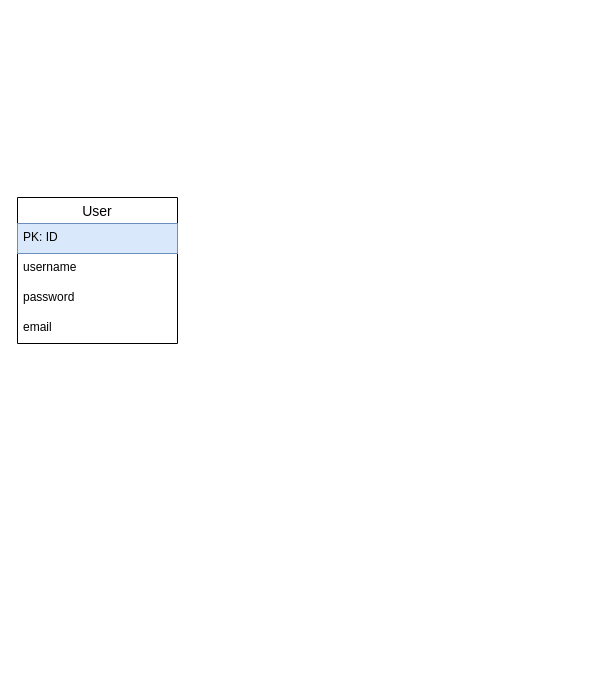
hophiphip/bruh keeps this draw.io diagram as docks/models.drawio. Above is the earlier version. Source tidied: cells renumbered, new cells numbered last; positions are measured from the earlier drawing's top-left corner, leaving out a move shared by most shapes. Both pictures are drawn from the tidied source at 100%, with x=0, y=0 at pixel (17, 197).
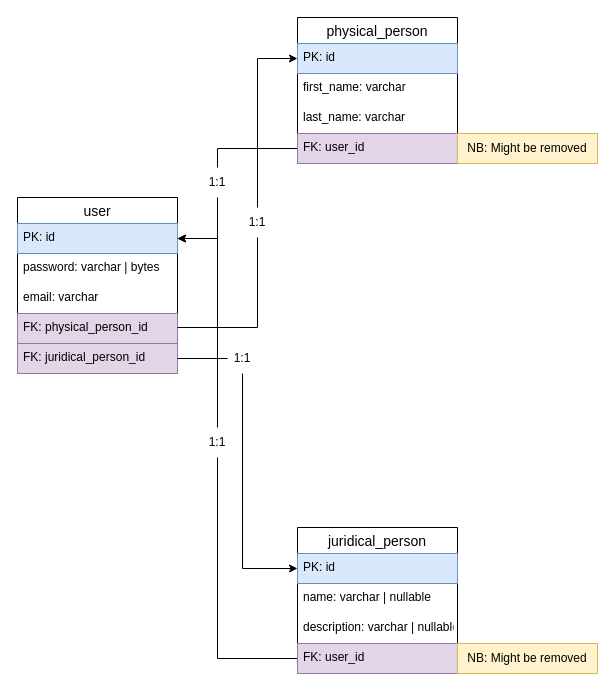
The same page after the edit.

Diff of the diagram source:
```diff
@@
-    <mxCell id="2" value="User" style="swimlane;fontStyle=0;horizontal=1;startSize=26;align=center;fontSize=14;" parent="1" vertex="1">
-      <mxGeometry width="160" height="146" as="geometry" />
+    <mxCell id="2" value="user" style="swimlane;fontStyle=0;horizontal=1;startSize=26;align=center;fontSize=14;" parent="1" vertex="1">
+      <mxGeometry width="160" height="176" as="geometry" />
     </mxCell>
-    <mxCell id="3" value="PK: ID" style="text;strokeColor=#6c8ebf;fillColor=#dae8fc;spacingLeft=4;spacingRight=4;overflow=hidden;points=[[0,0.5],[1,0.5]];portConstraint=eastwest;fontSize=12;" parent="2" vertex="1">
+    <mxCell id="3" value="PK: id" style="text;strokeColor=#6c8ebf;fillColor=#dae8fc;spacingLeft=4;spacingRight=4;overflow=hidden;points=[[0,0.5],[1,0.5]];portConstraint=eastwest;fontSize=12;" parent="2" vertex="1">
       <mxGeometry y="26" width="160" height="30" as="geometry" />
     </mxCell>
-    <mxCell id="4" value="username" style="text;strokeColor=none;fillColor=none;spacingLeft=4;spacingRight=4;overflow=hidden;fontSize=12;" parent="2" vertex="1">
-      <mxGeometry y="56" width="160" height="30" as="geometry" />
-    </mxCell>
-    <mxCell id="5" value="password" style="text;strokeColor=none;fillColor=none;spacingLeft=4;spacingRight=4;overflow=hidden;fontSize=12;" parent="2" vertex="1">
-      <mxGeometry y="86" width="160" height="30" as="geometry" />
+    <mxCell id="5" value="password: varchar | bytes" style="text;strokeColor=none;fillColor=none;spacingLeft=4;spacingRight=4;overflow=hidden;fontSize=12;" parent="2" vertex="1">
+      <mxGeometry y="56" width="160" height="30" as="geometry" />
     </mxCell>
-    <mxCell id="6" value="email" style="text;strokeColor=none;fillColor=none;spacingLeft=4;spacingRight=4;overflow=hidden;fontSize=12;" parent="2" vertex="1">
-      <mxGeometry y="116" width="160" height="30" as="geometry" />
+    <mxCell id="6" value="email: varchar" style="text;strokeColor=none;fillColor=none;spacingLeft=4;spacingRight=4;overflow=hidden;fontSize=12;" parent="2" vertex="1">
+      <mxGeometry y="86" width="160" height="30" as="geometry" />
     </mxCell>
+    <mxCell id="7" value="FK: physical_person_id" style="text;strokeColor=#9673a6;fillColor=#e1d5e7;spacingLeft=4;spacingRight=4;overflow=hidden;fontSize=12;" parent="2" vertex="1">
+      <mxGeometry y="116" width="160" height="30" as="geometry" />
+    </mxCell>
+    <mxCell id="8" value="FK: juridical_person_id" style="text;strokeColor=#9673a6;fillColor=#e1d5e7;spacingLeft=4;spacingRight=4;overflow=hidden;points=[[0,0.5],[1,0.5]];portConstraint=eastwest;fontSize=12;" parent="2" vertex="1">
+      <mxGeometry y="146" width="160" height="30" as="geometry" />
+    </mxCell>
+    <mxCell id="9" style="endArrow=classic;html=1;rounded=0;entryX=0;entryY=0.5;entryDx=0;entryDy=0;startArrow=none;" parent="1" edge="1" source="10" target="30">
+      <mxGeometry relative="1" as="geometry">
+        <Array as="points">
+          <mxPoint x="240" y="-139" />
+        </Array>
+      </mxGeometry>
+    </mxCell>
+    <mxCell id="10" value="1:1" style="text;html=1;strokeColor=none;fillColor=none;align=center;verticalAlign=middle;whiteSpace=wrap;rounded=0;" parent="1" vertex="1">
+      <mxGeometry x="210" y="10" width="60" height="30" as="geometry" />
+    </mxCell>
+    <mxCell id="11" style="endArrow=none;html=1;rounded=0;entryX=0.5;entryY=1;entryDx=0;entryDy=0;" parent="1" edge="1" target="10">
+      <mxGeometry relative="1" as="geometry">
+        <mxPoint x="160" y="130" as="sourcePoint" />
+        <Array as="points">
+          <mxPoint x="240" y="130" />
+        </Array>
+      </mxGeometry>
+    </mxCell>
+    <mxCell id="12" style="endArrow=classic;html=1;rounded=0;entryX=1;entryY=0.5;entryDx=0;entryDy=0;startArrow=none;" parent="1" edge="1" target="3">
+      <mxGeometry relative="1" as="geometry">
+        <mxPoint x="200" as="sourcePoint" />
+        <Array as="points">
+          <mxPoint x="200" y="41" />
+        </Array>
+      </mxGeometry>
+    </mxCell>
+    <mxCell id="13" value="1:1" style="text;html=1;strokeColor=none;fillColor=none;align=center;verticalAlign=middle;whiteSpace=wrap;rounded=0;" parent="1" vertex="1">
+      <mxGeometry x="170" y="-30" width="60" height="30" as="geometry" />
+    </mxCell>
+    <mxCell id="14" style="endArrow=none;html=1;rounded=0;exitX=0;exitY=0.5;exitDx=0;exitDy=0;entryX=0.5;entryY=0;entryDx=0;entryDy=0;" parent="1" edge="1" source="33" target="13">
+      <mxGeometry relative="1" as="geometry">
+        <Array as="points">
+          <mxPoint x="200" y="-49" />
+        </Array>
+      </mxGeometry>
+    </mxCell>
+    <mxCell id="15" style="endArrow=classic;html=1;rounded=0;entryX=1;entryY=0.5;entryDx=0;entryDy=0;exitX=0.5;exitY=0;exitDx=0;exitDy=0;startArrow=none;" parent="1" edge="1" source="16" target="3">
+      <mxGeometry relative="1" as="geometry">
+        <Array as="points">
+          <mxPoint x="200" y="41" />
+        </Array>
+      </mxGeometry>
+    </mxCell>
+    <mxCell id="16" value="1:1" style="text;html=1;strokeColor=none;fillColor=none;align=center;verticalAlign=middle;whiteSpace=wrap;rounded=0;" parent="1" vertex="1">
+      <mxGeometry x="170" y="230" width="60" height="30" as="geometry" />
+    </mxCell>
+    <mxCell id="17" style="endArrow=none;html=1;rounded=0;exitX=0;exitY=0.5;exitDx=0;exitDy=0;entryX=0.5;entryY=1;entryDx=0;entryDy=0;" parent="1" edge="1" source="26" target="16">
+      <mxGeometry relative="1" as="geometry">
+        <Array as="points">
+          <mxPoint x="200" y="461" />
+        </Array>
+      </mxGeometry>
+    </mxCell>
+    <mxCell id="18" value="1:1" style="text;html=1;strokeColor=none;fillColor=none;align=center;verticalAlign=middle;whiteSpace=wrap;rounded=0;" parent="1" vertex="1">
+      <mxGeometry x="210" y="146" width="30" height="30" as="geometry" />
+    </mxCell>
+    <mxCell id="19" style="endArrow=none;html=1;rounded=0;exitX=1;exitY=0.5;exitDx=0;exitDy=0;entryX=0;entryY=0.5;entryDx=0;entryDy=0;" parent="1" edge="1" source="8" target="18">
+      <mxGeometry relative="1" as="geometry" />
+    </mxCell>
+    <mxCell id="20" style="endArrow=classic;html=1;rounded=0;exitX=0.5;exitY=1;exitDx=0;exitDy=0;entryX=0;entryY=0.5;entryDx=0;entryDy=0;" parent="1" edge="1" source="18" target="23">
+      <mxGeometry relative="1" as="geometry">
+        <Array as="points">
+          <mxPoint x="225" y="371" />
+        </Array>
+      </mxGeometry>
+    </mxCell>
+    <mxCell id="21" style="group;" parent="1" vertex="1">
+      <mxGeometry x="280" y="330" width="300" height="146" as="geometry" />
+    </mxCell>
+    <mxCell id="22" value="juridical_person" style="swimlane;fontStyle=0;horizontal=1;startSize=26;align=center;fontSize=14;" parent="21" vertex="1">
+      <mxGeometry width="160" height="146" as="geometry" />
+    </mxCell>
+    <mxCell id="23" value="PK: id" style="text;strokeColor=#6c8ebf;fillColor=#dae8fc;spacingLeft=4;spacingRight=4;overflow=hidden;points=[[0,0.5],[1,0.5]];portConstraint=eastwest;fontSize=12;" parent="22" vertex="1">
+      <mxGeometry y="26" width="160" height="30" as="geometry" />
+    </mxCell>
+    <mxCell id="24" value="name: varchar | nullable" style="text;strokeColor=none;fillColor=none;spacingLeft=4;spacingRight=4;overflow=hidden;fontSize=12;" parent="22" vertex="1">
+      <mxGeometry y="56" width="160" height="30" as="geometry" />
+    </mxCell>
+    <mxCell id="25" value="description: varchar | nullable" style="text;strokeColor=none;fillColor=none;spacingLeft=4;spacingRight=4;overflow=hidden;fontSize=12;" parent="22" vertex="1">
+      <mxGeometry y="86" width="160" height="30" as="geometry" />
+    </mxCell>
+    <mxCell id="26" value="FK: user_id" style="text;strokeColor=#9673a6;fillColor=#e1d5e7;spacingLeft=4;spacingRight=4;overflow=hidden;points=[[0,0.5],[1,0.5]];portConstraint=eastwest;fontSize=12;" parent="22" vertex="1">
+      <mxGeometry y="116" width="160" height="30" as="geometry" />
+    </mxCell>
+    <mxCell id="27" value="NB: Might be removed " style="rounded=0;whiteSpace=wrap;html=1;fillColor=#fff2cc;strokeColor=#d6b656;" parent="21" vertex="1">
+      <mxGeometry x="160" y="116" width="140" height="30" as="geometry" />
+    </mxCell>
+    <mxCell id="28" style="group;" parent="1" vertex="1">
+      <mxGeometry x="280" y="-180" width="300" height="146" as="geometry" />
+    </mxCell>
+    <mxCell id="29" value="physical_person" style="swimlane;fontStyle=0;horizontal=1;startSize=26;align=center;fontSize=14;" parent="28" vertex="1">
+      <mxGeometry width="160" height="146" as="geometry" />
+    </mxCell>
+    <mxCell id="30" value="PK: id" style="text;strokeColor=#6c8ebf;fillColor=#dae8fc;spacingLeft=4;spacingRight=4;overflow=hidden;points=[[0,0.5],[1,0.5]];portConstraint=eastwest;fontSize=12;" parent="29" vertex="1">
+      <mxGeometry y="26" width="160" height="30" as="geometry" />
+    </mxCell>
+    <mxCell id="31" value="first_name: varchar" style="text;strokeColor=none;fillColor=none;spacingLeft=4;spacingRight=4;overflow=hidden;fontSize=12;" parent="29" vertex="1">
+      <mxGeometry y="56" width="160" height="30" as="geometry" />
+    </mxCell>
+    <mxCell id="32" value="last_name: varchar" style="text;strokeColor=none;fillColor=none;spacingLeft=4;spacingRight=4;overflow=hidden;fontSize=12;" parent="29" vertex="1">
+      <mxGeometry y="86" width="160" height="30" as="geometry" />
+    </mxCell>
+    <mxCell id="33" value="FK: user_id" style="text;strokeColor=#9673a6;fillColor=#e1d5e7;spacingLeft=4;spacingRight=4;overflow=hidden;points=[[0,0.5],[1,0.5]];portConstraint=eastwest;fontSize=12;" parent="29" vertex="1">
+      <mxGeometry y="116" width="160" height="30" as="geometry" />
+    </mxCell>
+    <mxCell id="34" value="NB: Might be removed " style="rounded=0;whiteSpace=wrap;html=1;fillColor=#fff2cc;strokeColor=#d6b656;" parent="28" vertex="1">
+      <mxGeometry x="160" y="116" width="140" height="30" as="geometry" />
+    </mxCell>
```
